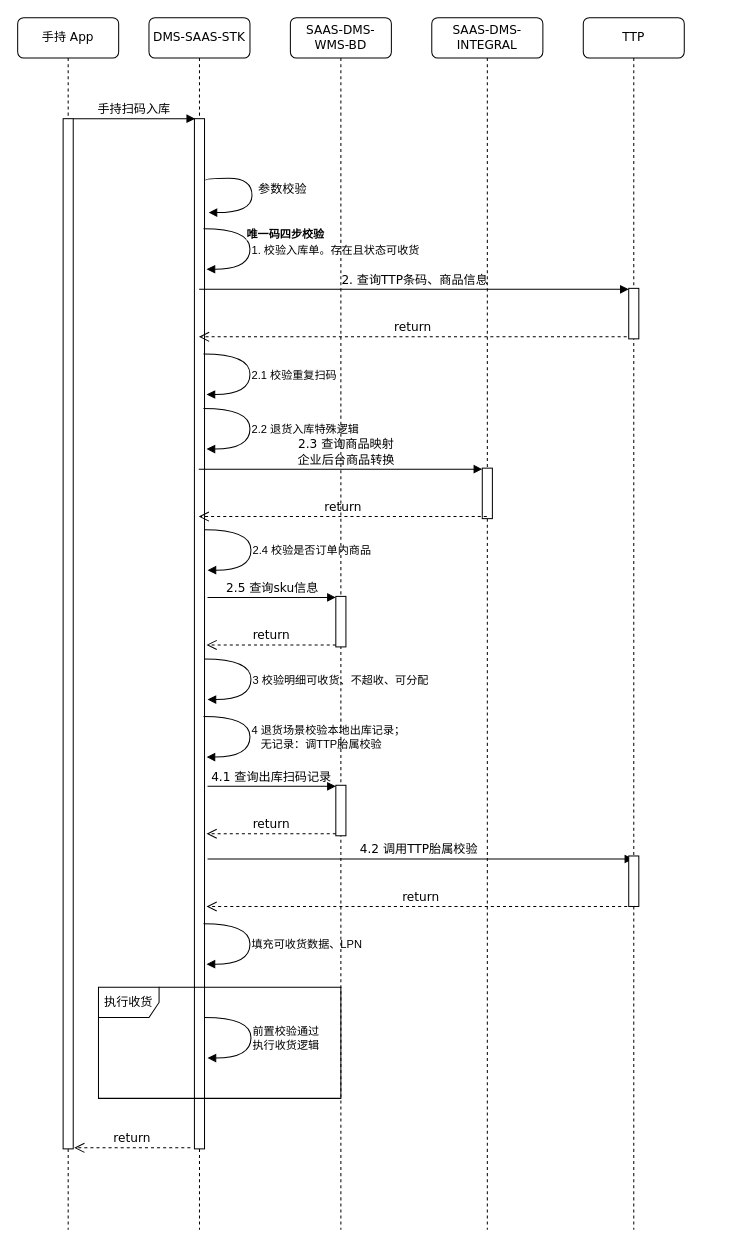
Before: file/马牌手持扫码泳道图.drawio in Pzz-2021/learn_server, a draw.io diagram. Source tidied: cells renumbered, new cells numbered last; positions are measured from the earlier drawing's top-left corner, leaving out a move shared by most shapes. Both pictures are drawn from the tidied source at 101%, with x=0, y=0 at pixel (17, 17).
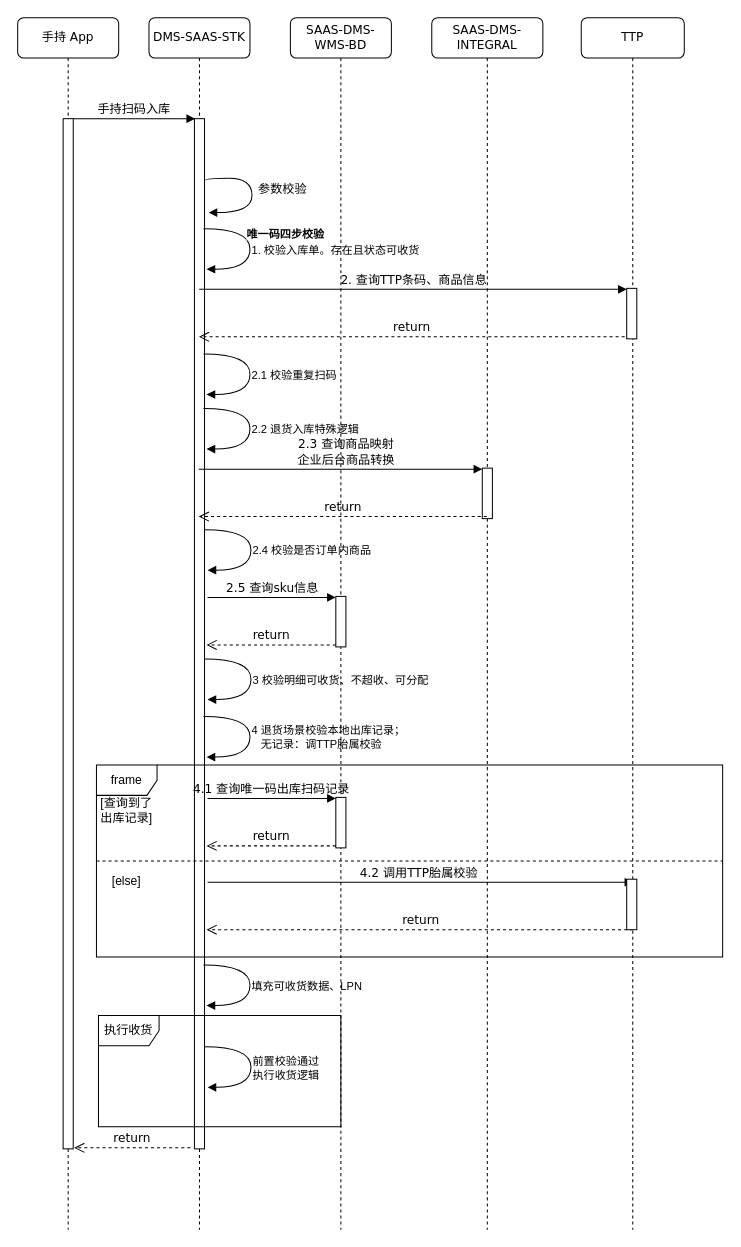
Above is the later version.

Commit message:
更新马牌手持扫码泳道图.drawio

Unchanged cells that the change refers to:
```xml
<mxCell id="2" value="DMS-SAAS-STK" style="shape=umlLifeline;perimeter=lifelinePerimeter;whiteSpace=wrap;html=1;outlineConnect=0;rounded=1;shadow=0;comic=0;labelBackgroundColor=none;strokeWidth=1;fontFamily=Verdana;fontSize=12;align=center;" parent="1" vertex="1">
  <mxGeometry x="130" width="100" height="1200" as="geometry" />
</mxCell>
<mxCell id="22" value="SAAS-DMS-WMS-BD" style="shape=umlLifeline;perimeter=lifelinePerimeter;whiteSpace=wrap;html=1;rounded=1;shadow=0;comic=0;labelBackgroundColor=none;strokeWidth=1;fontFamily=Verdana;fontSize=12;align=center;" parent="1" vertex="1">
  <mxGeometry x="270" width="100" height="1200" as="geometry" />
</mxCell>
```

The edit, as a diff of the source:
```diff
@@
     <mxCell id="17" value="&lt;p style=&quot;margin-top: 0px ; margin-bottom: 0px ; color: rgb(51 , 51 , 51) ; font-family: , &amp;#34;pingfang sc&amp;#34; , sans-serif ; text-align: left&quot;&gt;&lt;/p&gt;" style="html=1;verticalAlign=bottom;endArrow=block;labelBackgroundColor=none;fontFamily=Verdana;fontSize=12;elbow=vertical;edgeStyle=orthogonalEdgeStyle;curved=1;exitX=0.9;exitY=0.01;exitPerimeter=0;exitDx=0;exitDy=0;" parent="2" edge="1">
       <mxGeometry x="0.12" y="10" relative="1" as="geometry">
-        <mxPoint x="54" y="897" as="sourcePoint" />
-        <mxPoint x="57" y="937.1" as="targetPoint" />
+        <mxPoint x="54" y="938" as="sourcePoint" />
+        <mxPoint x="57" y="978.1" as="targetPoint" />
         <Array as="points">
-          <mxPoint x="100" y="897.1" />
-          <mxPoint x="100" y="937.1" />
-          <mxPoint x="57" y="937.1" />
+          <mxPoint x="100" y="938.1" />
+          <mxPoint x="100" y="978.1" />
+          <mxPoint x="57" y="978.1" />
         </Array>
       </mxGeometry>
     </mxCell>
@@
     <mxCell id="19" value="执行收货" style="shape=umlFrame;whiteSpace=wrap;html=1;" parent="2" vertex="1">
-      <mxGeometry x="-50" y="960" width="240" height="110" as="geometry" />
+      <mxGeometry x="-50" y="988" width="240" height="110" as="geometry" />
     </mxCell>
     <mxCell id="20" value="&lt;p style=&quot;margin-top: 0px ; margin-bottom: 0px ; color: rgb(51 , 51 , 51) ; font-family: , &amp;#34;pingfang sc&amp;#34; , sans-serif ; text-align: left&quot;&gt;&lt;/p&gt;" style="html=1;verticalAlign=bottom;endArrow=block;labelBackgroundColor=none;fontFamily=Verdana;fontSize=12;elbow=vertical;edgeStyle=orthogonalEdgeStyle;curved=1;exitX=0.9;exitY=0.01;exitPerimeter=0;exitDx=0;exitDy=0;" parent="2" edge="1">
       <mxGeometry x="0.12" y="10" relative="1" as="geometry">
-        <mxPoint x="55" y="990" as="sourcePoint" />
-        <mxPoint x="58" y="1030.1" as="targetPoint" />
+        <mxPoint x="55" y="1019" as="sourcePoint" />
+        <mxPoint x="58" y="1059.1" as="targetPoint" />
         <Array as="points">
-          <mxPoint x="101" y="990.1" />
-          <mxPoint x="101" y="1030.1" />
-          <mxPoint x="58" y="1030.1" />
+          <mxPoint x="101" y="1019.1" />
+          <mxPoint x="101" y="1059.1" />
+          <mxPoint x="58" y="1059.1" />
         </Array>
       </mxGeometry>
     </mxCell>
@@
     <mxCell id="26" style="html=1;points=[];perimeter=orthogonalPerimeter;rounded=0;shadow=0;comic=0;labelBackgroundColor=none;strokeWidth=1;fontFamily=Verdana;fontSize=12;align=center;" parent="22" vertex="1">
-      <mxGeometry x="45" y="760" width="10" height="50" as="geometry" />
+      <mxGeometry x="45" y="772" width="10" height="50" as="geometry" />
     </mxCell>
-    <mxCell id="27" value="4.1 查询出库扫码记录" style="html=1;verticalAlign=bottom;endArrow=block;labelBackgroundColor=none;fontFamily=Verdana;fontSize=12;entryX=0;entryY=0.02;entryDx=0;entryDy=0;entryPerimeter=0;" parent="22" edge="1" target="26">
+    <mxCell id="27" value="4.1 查询唯一码&lt;span style=&quot;background-color: transparent; color: light-dark(rgb(0, 0, 0), rgb(255, 255, 255));&quot;&gt;出库扫码记录&lt;/span&gt;" style="html=1;verticalAlign=bottom;endArrow=block;labelBackgroundColor=none;fontFamily=Verdana;fontSize=12;entryX=0;entryY=0.02;entryDx=0;entryDy=0;entryPerimeter=0;" parent="22" edge="1" target="26">
       <mxGeometry x="-0.01" relative="1" as="geometry">
-        <mxPoint x="-82" y="761" as="sourcePoint" />
+        <mxPoint x="-82" y="773" as="sourcePoint" />
       </mxGeometry>
     </mxCell>
     <mxCell id="28" value="return" style="html=1;verticalAlign=bottom;endArrow=open;dashed=1;endSize=8;labelBackgroundColor=none;fontFamily=Verdana;fontSize=12;" parent="22" edge="1">
       <mxGeometry relative="1" as="geometry">
-        <mxPoint x="45" y="808" as="sourcePoint" />
-        <mxPoint x="-83" y="808" as="targetPoint" />
+        <mxPoint x="45" y="820" as="sourcePoint" />
+        <mxPoint x="-83" y="820" as="targetPoint" />
       </mxGeometry>
     </mxCell>
-    <mxCell id="29" value="4.2 调用TTP胎属校验" style="html=1;verticalAlign=bottom;endArrow=block;labelBackgroundColor=none;fontFamily=Verdana;fontSize=12;" parent="22" edge="1" target="32">
+    <mxCell id="29" value="4.2 调用TTP胎属校验" style="html=1;verticalAlign=bottom;endArrow=block;labelBackgroundColor=none;fontFamily=Verdana;fontSize=12;" parent="22" edge="1">
       <mxGeometry x="-0.01" relative="1" as="geometry">
-        <mxPoint x="-82" y="833" as="sourcePoint" />
+        <mxPoint x="-82" y="856" as="sourcePoint" />
+        <mxPoint x="339.5" y="856" as="targetPoint" />
       </mxGeometry>
     </mxCell>
-    <mxCell id="30" value="return" style="html=1;verticalAlign=bottom;endArrow=open;dashed=1;endSize=8;labelBackgroundColor=none;fontFamily=Verdana;fontSize=12;" parent="22" edge="1" source="32">
+    <mxCell id="30" value="return" style="html=1;verticalAlign=bottom;endArrow=open;dashed=1;endSize=8;labelBackgroundColor=none;fontFamily=Verdana;fontSize=12;" parent="22" edge="1">
       <mxGeometry relative="1" as="geometry">
-        <mxPoint x="-83" y="880" as="targetPoint" />
+        <mxPoint x="339.5" y="903" as="sourcePoint" />
+        <mxPoint x="-83" y="903" as="targetPoint" />
       </mxGeometry>
     </mxCell>
@@
     <mxCell id="32" value="TTP" style="shape=umlLifeline;perimeter=lifelinePerimeter;whiteSpace=wrap;html=1;outlineConnect=0;rounded=1;shadow=0;comic=0;labelBackgroundColor=none;strokeWidth=1;fontFamily=Verdana;fontSize=12;align=center;" parent="1" vertex="1">
-      <mxGeometry x="560" width="100" height="1200" as="geometry" />
+      <mxGeometry x="558" width="102" height="1200" as="geometry" />
     </mxCell>
@@
     <mxCell id="35" style="html=1;perimeter=orthogonalPerimeter;rounded=0;shadow=0;comic=0;labelBackgroundColor=none;strokeWidth=1;fontFamily=Verdana;fontSize=12;align=center;" parent="32" vertex="1">
-      <mxGeometry x="45" y="830" width="10" height="50" as="geometry" />
+      <mxGeometry x="45" y="853" width="10" height="50" as="geometry" />
     </mxCell>
+    <mxCell id="45" value="frame" style="shape=umlFrame;whiteSpace=wrap;html=1;points=[[0,0.5,0,0,0],[1,0.5,0,0,0]];" parent="32" vertex="1">
+      <mxGeometry x="-480" y="740" width="620" height="190" as="geometry" />
+    </mxCell>
+    <mxCell id="46" style="rounded=0;orthogonalLoop=1;jettySize=auto;html=1;exitX=0;exitY=0.5;exitDx=0;exitDy=0;exitPerimeter=0;entryX=1;entryY=0.5;entryDx=0;entryDy=0;entryPerimeter=0;dashed=1;endArrow=none;endFill=0;" parent="32" edge="1" source="45" target="45">
+      <mxGeometry relative="1" as="geometry" />
+    </mxCell>
+    <mxCell id="47" value="[查询到了出库记录]" style="text;html=1;whiteSpace=wrap;strokeColor=none;fillColor=none;align=center;verticalAlign=middle;rounded=0;" parent="32" vertex="1">
+      <mxGeometry x="-480" y="770" width="60" height="30" as="geometry" />
+    </mxCell>
+    <mxCell id="48" value="[else]" style="text;html=1;whiteSpace=wrap;strokeColor=none;fillColor=none;align=center;verticalAlign=middle;rounded=0;" parent="32" vertex="1">
+      <mxGeometry x="-480" y="840" width="60" height="30" as="geometry" />
+    </mxCell>
```
